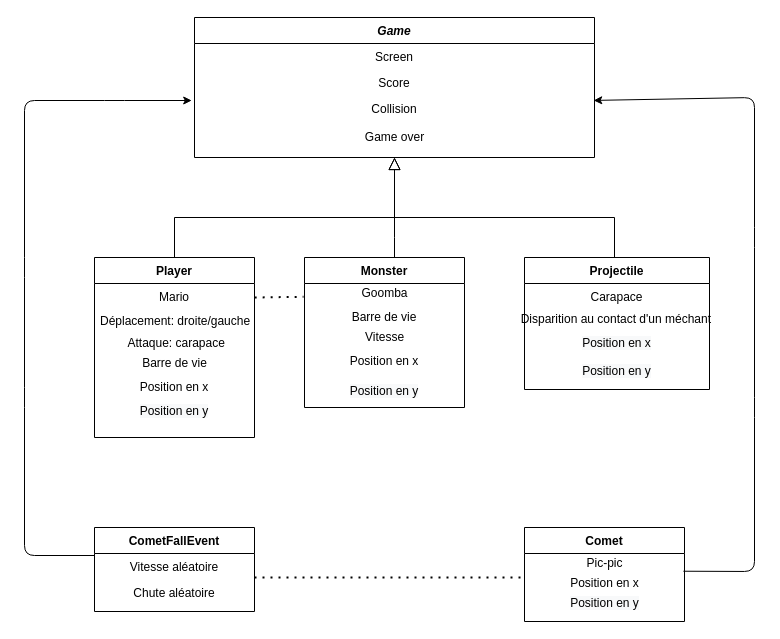
Above: game /Untitled Diagram.drawio in Louna2301/oc20- (draw.io), before the change. Source tidied: cells renumbered, new cells numbered last; positions are measured from the earlier drawing's top-left corner, leaving out a move shared by most shapes. Both pictures are drawn from the tidied source at 100%, with x=0, y=0 at pixel (24, 17).
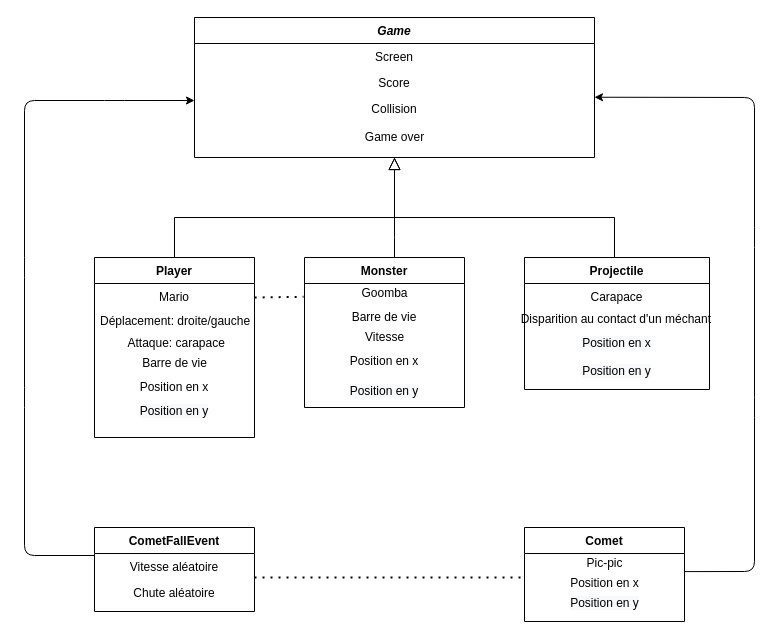
The same page after the edit.

The change refers to these unchanged cells:
```xml
<mxCell id="5" value="Collision" style="text;align=center;verticalAlign=top;spacingLeft=4;spacingRight=4;overflow=hidden;points=[[0,0.5],[1,0.5]];portConstraint=eastwest;rounded=0;shadow=0;html=0;" parent="2" vertex="1">
  <mxGeometry y="78" width="400" height="32" as="geometry" />
</mxCell>
<mxCell id="31" value="Pic-pic" style="text;html=1;align=center;verticalAlign=middle;points=[];strokeColor=none;" parent="30" vertex="1">
  <mxGeometry y="26" width="160" height="20" as="geometry" />
</mxCell>
<mxCell id="35" value="Vitesse aléatoire" style="text;align=center;verticalAlign=top;spacingLeft=4;spacingRight=4;overflow=hidden;points=[[0,0.5],[1,0.5]];portConstraint=eastwest;" parent="34" vertex="1">
  <mxGeometry y="26" width="160" height="26" as="geometry" />
</mxCell>
```

Change to the diagram source:
```diff
@@
-    <mxCell id="29" style="endArrow=classic;html=1;exitX=0;exitY=0.077;exitDx=0;exitDy=0;entryX=-0.007;entryY=0.192;entryDx=0;entryDy=0;entryPerimeter=0;exitPerimeter=0;" parent="1" edge="1" source="35">
+    <mxCell id="29" style="endArrow=classic;html=1;exitX=0;exitY=0.077;exitDx=0;exitDy=0;exitPerimeter=0;entryX=0;entryY=0.157;entryDx=0;entryDy=0;entryPerimeter=0;" parent="1" edge="1" source="35" target="5">
       <mxGeometry relative="1" as="geometry">
-        <mxPoint x="167.2" y="83" as="targetPoint" />
         <Array as="points">
           <mxPoint y="538" />
           <mxPoint y="380" />
           <mxPoint y="250" />
           <mxPoint y="83" />
           <mxPoint x="90" y="83" />
         </Array>
       </mxGeometry>
     </mxCell>
@@
-    <mxCell id="37" style="endArrow=classic;html=1;entryX=0.998;entryY=0.154;entryDx=0;entryDy=0;entryPerimeter=0;exitX=0.993;exitY=0.886;exitDx=0;exitDy=0;exitPerimeter=0;" parent="1" edge="1" source="31" target="5">
+    <mxCell id="37" style="endArrow=classic;html=1;entryX=1;entryY=0.054;entryDx=0;entryDy=0;entryPerimeter=0;exitX=1.001;exitY=0.905;exitDx=0;exitDy=0;exitPerimeter=0;" parent="1" edge="1" source="31" target="5">
       <mxGeometry relative="1" as="geometry">
         <Array as="points">
           <mxPoint x="730" y="554" />
           <mxPoint x="730" y="390" />
           <mxPoint x="730" y="220" />
           <mxPoint x="730" y="80" />
         </Array>
       </mxGeometry>
     </mxCell>
```
